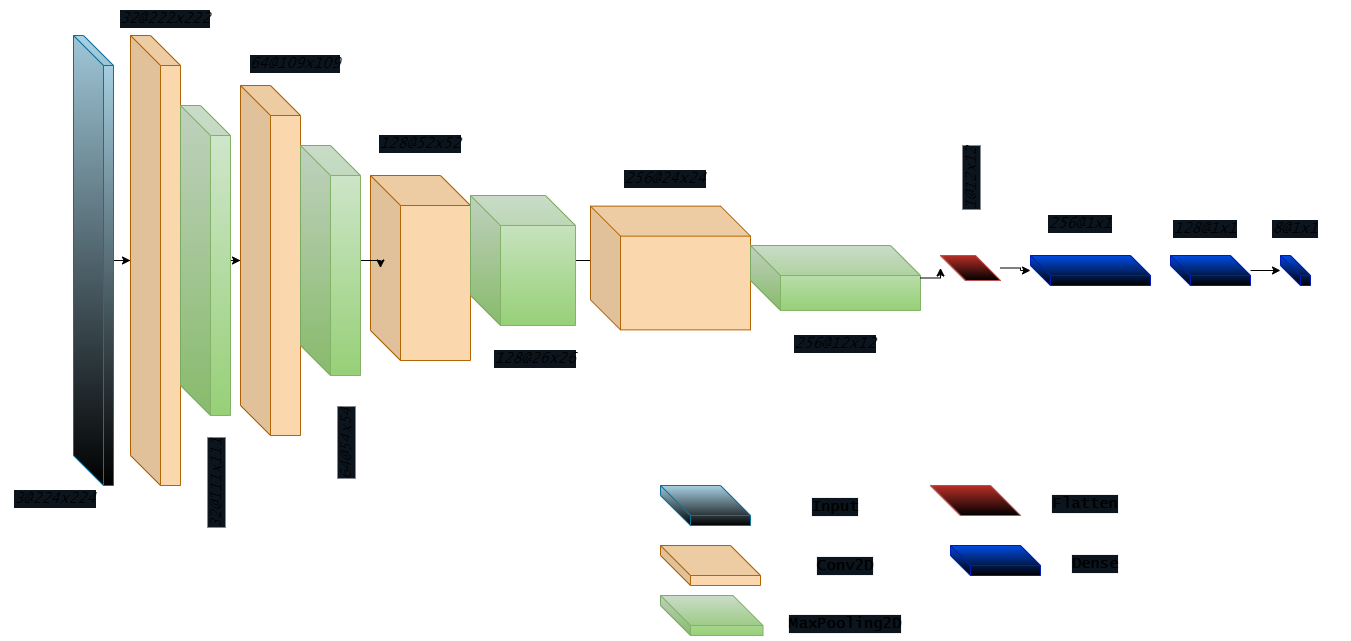
Earlier version of the draw.io export mycnn.drawio.png (jenishborah/NeuralNetworkImages). Source tidied: cells renumbered, new cells last; positions are measured from the earlier drawing's top-left corner, leaving out a move shared by most shapes.
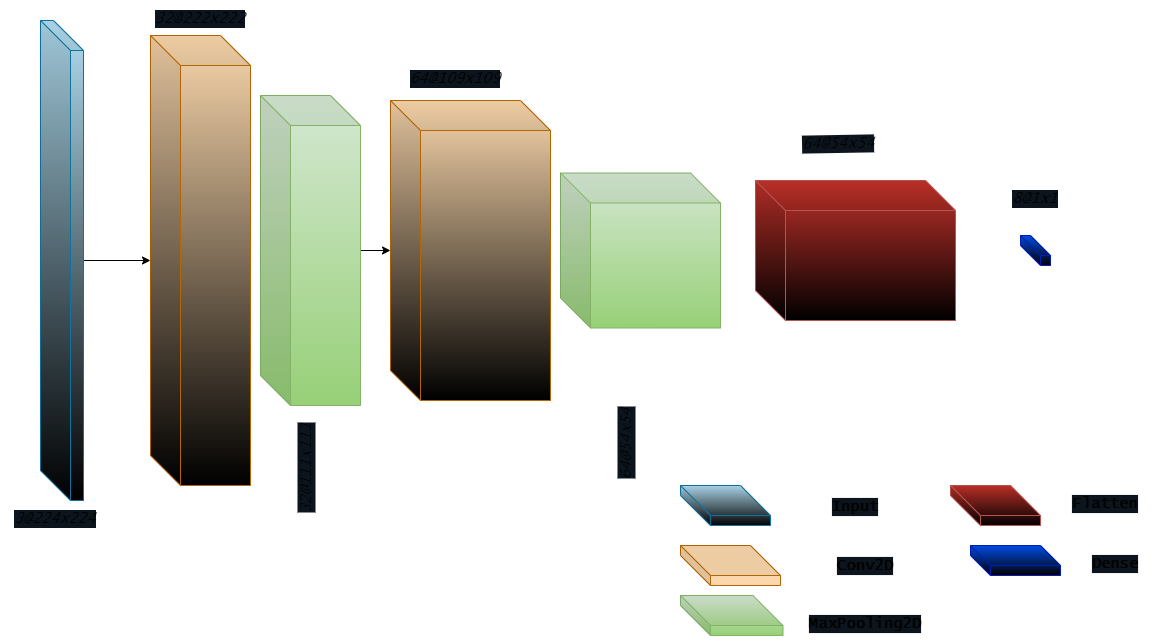
The same diagram one commit later.

The edit, as a diff of the source:
```diff
@@ -6,61 +6,25 @@
       <mxGeometry relative="1" as="geometry" />
     </mxCell>
     <mxCell id="3" style="shape=cube;whiteSpace=wrap;html=1;boundedLbl=1;backgroundOutline=1;darkOpacity=0.05;darkOpacity2=0.1;size=30;fillColor=#b1ddf0;strokeColor=#10739e;gradientColor=default;" parent="1" vertex="1">
-      <mxGeometry x="73" y="35" width="40" height="450" as="geometry" />
+      <mxGeometry x="20" y="20" width="43" height="480" as="geometry" />
     </mxCell>
-    <mxCell id="4" style="shape=cube;whiteSpace=wrap;html=1;boundedLbl=1;backgroundOutline=1;darkOpacity=0.05;darkOpacity2=0.1;size=30;fillColor=#fad7ac;strokeColor=#b46504;fontFamily=Verdana;" parent="1" vertex="1">
-      <mxGeometry x="130" y="35" width="50" height="450" as="geometry" />
+    <mxCell id="4" style="shape=cube;whiteSpace=wrap;html=1;boundedLbl=1;backgroundOutline=1;darkOpacity=0.05;darkOpacity2=0.1;size=30;fillColor=#fad7ac;strokeColor=#b46504;fontFamily=Verdana;gradientColor=default;" parent="1" vertex="1">
+      <mxGeometry x="130" y="35" width="100" height="450" as="geometry" />
     </mxCell>
     <mxCell id="5" style="edgeStyle=orthogonalEdgeStyle;rounded=0;jettySize=auto;html=1;" parent="1" edge="1" source="6" target="8">
       <mxGeometry relative="1" as="geometry" />
     </mxCell>
     <mxCell id="6" style="shape=cube;whiteSpace=wrap;html=1;boundedLbl=1;backgroundOutline=1;darkOpacity=0.05;darkOpacity2=0.1;size=30;fillColor=#d5e8d4;strokeColor=#82b366;fontFamily=Verdana;gradientColor=#97d077;" parent="1" vertex="1">
-      <mxGeometry x="180" y="105" width="50" height="310" as="geometry" />
+      <mxGeometry x="240" y="95" width="100" height="310" as="geometry" />
     </mxCell>
-    <mxCell id="7" style="shape=cube;whiteSpace=wrap;html=1;boundedLbl=1;backgroundOutline=1;darkOpacity=0.05;darkOpacity2=0.1;size=30;fillColor=#fad7ac;strokeColor=#b46504;fontFamily=Verdana;" parent="1" vertex="1">
-      <mxGeometry x="370" y="175" width="100" height="185" as="geometry" />
-    </mxCell>
-    <mxCell id="8" style="shape=cube;whiteSpace=wrap;html=1;boundedLbl=1;backgroundOutline=1;darkOpacity=0.05;darkOpacity2=0.1;size=30;fillColor=#fad7ac;strokeColor=#b46504;fontFamily=Verdana;" parent="1" vertex="1">
-      <mxGeometry x="240" y="85" width="60" height="350" as="geometry" />
+    <mxCell id="8" style="shape=cube;whiteSpace=wrap;html=1;boundedLbl=1;backgroundOutline=1;darkOpacity=0.05;darkOpacity2=0.1;size=30;fillColor=#fad7ac;strokeColor=#b46504;fontFamily=Verdana;gradientColor=default;" parent="1" vertex="1">
+      <mxGeometry x="370" y="100" width="160" height="300" as="geometry" />
     </mxCell>
-    <mxCell id="9" style="edgeStyle=orthogonalEdgeStyle;rounded=0;jettySize=auto;html=1;" parent="1" edge="1" source="10" target="7">
-      <mxGeometry relative="1" as="geometry" />
-    </mxCell>
-    <mxCell id="10" style="shape=cube;whiteSpace=wrap;html=1;boundedLbl=1;backgroundOutline=1;darkOpacity=0.05;darkOpacity2=0.1;size=30;fillColor=#d5e8d4;strokeColor=#82b366;fontFamily=Verdana;gradientColor=#97d077;" parent="1" vertex="1">
-      <mxGeometry x="300" y="145" width="60" height="230" as="geometry" />
-    </mxCell>
-    <mxCell id="11" style="edgeStyle=orthogonalEdgeStyle;rounded=0;jettySize=auto;html=1;" parent="1" edge="1" source="12" target="13">
-      <mxGeometry relative="1" as="geometry" />
-    </mxCell>
-    <mxCell id="12" style="shape=cube;whiteSpace=wrap;html=1;boundedLbl=1;backgroundOutline=1;darkOpacity=0.05;darkOpacity2=0.1;size=30;fillColor=#d5e8d4;strokeColor=#82b366;fontFamily=Verdana;gradientColor=#97d077;" parent="1" vertex="1">
-      <mxGeometry x="470" y="195" width="105" height="130" as="geometry" />
-    </mxCell>
-    <mxCell id="13" style="shape=cube;whiteSpace=wrap;html=1;boundedLbl=1;backgroundOutline=1;darkOpacity=0.05;darkOpacity2=0.1;size=30;fillColor=#fad7ac;strokeColor=#b46504;fontFamily=Verdana;" parent="1" vertex="1">
-      <mxGeometry x="590" y="205.6" width="160" height="123.8" as="geometry" />
-    </mxCell>
-    <mxCell id="14" style="edgeStyle=orthogonalEdgeStyle;rounded=0;jettySize=auto;html=1;" parent="1" edge="1" source="21" target="16">
-      <mxGeometry relative="1" as="geometry" />
-    </mxCell>
-    <mxCell id="15" style="shape=cube;whiteSpace=wrap;html=1;boundedLbl=1;backgroundOutline=1;darkOpacity=0.05;darkOpacity2=0.1;size=30;fillColor=#d5e8d4;strokeColor=#82b366;fontFamily=Verdana;gradientColor=#97d077;" parent="1" vertex="1">
-      <mxGeometry x="750" y="245" width="170" height="65" as="geometry" />
-    </mxCell>
-    <mxCell id="16" style="shape=cube;whiteSpace=wrap;html=1;boundedLbl=1;backgroundOutline=1;darkOpacity=0.05;darkOpacity2=0.1;fillColor=#0050ef;fontColor=#ffffff;strokeColor=#001DBC;gradientColor=default;" parent="1" vertex="1">
-      <mxGeometry x="1030" y="255" width="120" height="30" as="geometry" />
-    </mxCell>
-    <mxCell id="17" style="edgeStyle=orthogonalEdgeStyle;rounded=0;jettySize=auto;html=1;" parent="1" edge="1" source="18" target="19">
-      <mxGeometry relative="1" as="geometry" />
-    </mxCell>
-    <mxCell id="18" style="shape=cube;whiteSpace=wrap;html=1;boundedLbl=1;backgroundOutline=1;darkOpacity=0.05;darkOpacity2=0.1;fillColor=#0050ef;fontColor=#ffffff;strokeColor=#001DBC;gradientColor=default;" parent="1" vertex="1">
-      <mxGeometry x="1170" y="255" width="80" height="30" as="geometry" />
-    </mxCell>
     <mxCell id="19" style="shape=cube;whiteSpace=wrap;html=1;boundedLbl=1;backgroundOutline=1;darkOpacity=0.05;darkOpacity2=0.1;fillColor=#0050ef;fontColor=#ffffff;strokeColor=#001DBC;gradientColor=default;" parent="1" vertex="1">
-      <mxGeometry x="1280" y="255" width="30" height="30" as="geometry" />
+      <mxGeometry x="1000" y="235" width="30" height="30" as="geometry" />
     </mxCell>
-    <mxCell id="20" style="edgeStyle=orthogonalEdgeStyle;rounded=0;jettySize=auto;html=1;" parent="1" edge="1" source="15" target="21">
-      <mxGeometry relative="1" as="geometry" />
-    </mxCell>
     <mxCell id="21" style="shape=cube;whiteSpace=wrap;html=1;boundedLbl=1;backgroundOutline=1;darkOpacity=0.05;darkOpacity2=0.1;size=30;fillColor=#c23129;strokeColor=#b85450;fontFamily=Verdana;gradientColor=default;" parent="1" vertex="1">
-      <mxGeometry x="940" y="255" width="60" height="25" as="geometry" />
+      <mxGeometry x="735" y="180" width="200" height="140" as="geometry" />
     </mxCell>
     <mxCell id="22" style="shape=cube;whiteSpace=wrap;html=1;boundedLbl=1;backgroundOutline=1;darkOpacity=0.05;darkOpacity2=0.1;size=30;fillColor=#b1ddf0;strokeColor=#10739e;gradientColor=default;" parent="1" vertex="1">
       <mxGeometry x="660" y="485" width="90" height="40" as="geometry" />
@@ -81,7 +45,7 @@
       <mxGeometry x="790" y="605" width="110" height="35" as="geometry" />
     </mxCell>
     <mxCell id="28" style="shape=cube;whiteSpace=wrap;html=1;boundedLbl=1;backgroundOutline=1;darkOpacity=0.05;darkOpacity2=0.1;size=30;fillColor=#c23129;strokeColor=#b85450;fontFamily=Verdana;gradientColor=default;" parent="1" vertex="1">
-      <mxGeometry x="930" y="485" width="90" height="30" as="geometry" />
+      <mxGeometry x="930" y="485" width="90" height="40" as="geometry" />
     </mxCell>
     <mxCell id="29" value="Flatten" style="text;strokeColor=none;align=center;fillColor=none;html=1;verticalAlign=middle;whiteSpace=wrap;rounded=0;fontFamily=Lucida Console;fontStyle=1;fontSize=15;labelBackgroundColor=#0C151D;labelBorderColor=#F0F0F0;" parent="1" vertex="1">
       <mxGeometry x="1030" y="485" width="110" height="35" as="geometry" />
@@ -93,43 +57,28 @@
       <mxGeometry x="1040" y="545" width="110" height="35" as="geometry" />
     </mxCell>
     <mxCell id="32" value="&lt;span style=&quot;font-weight: normal;&quot;&gt;&lt;i&gt;3@224x224&lt;/i&gt;&lt;/span&gt;" style="text;strokeColor=none;align=center;fillColor=none;html=1;verticalAlign=middle;whiteSpace=wrap;rounded=0;fontFamily=Lucida Console;fontStyle=1;fontSize=15;labelBackgroundColor=#0C151D;labelBorderColor=none;" parent="1" vertex="1">
-      <mxGeometry y="480" width="110" height="35" as="geometry" />
+      <mxGeometry x="-20" y="500" width="110" height="35" as="geometry" />
     </mxCell>
     <mxCell id="33" value="&lt;span style=&quot;font-weight: normal;&quot;&gt;&lt;i&gt;32@222x222&lt;/i&gt;&lt;/span&gt;" style="text;strokeColor=none;align=center;fillColor=none;html=1;verticalAlign=middle;whiteSpace=wrap;rounded=0;fontFamily=Lucida Console;fontStyle=1;fontSize=15;labelBackgroundColor=#0C151D;labelBorderColor=none;" parent="1" vertex="1">
-      <mxGeometry x="110" width="110" height="35" as="geometry" />
+      <mxGeometry x="125" width="110" height="35" as="geometry" />
     </mxCell>
     <mxCell id="34" value="&lt;span style=&quot;font-weight: normal;&quot;&gt;&lt;i&gt;32@111x111&lt;/i&gt;&lt;/span&gt;" style="text;strokeColor=none;align=center;fillColor=none;html=1;verticalAlign=middle;whiteSpace=wrap;rounded=0;fontFamily=Lucida Console;fontStyle=1;fontSize=15;labelBackgroundColor=#0C151D;labelBorderColor=none;rotation=-90;" parent="1" vertex="1">
-      <mxGeometry x="160" y="465" width="110" height="35" as="geometry" />
+      <mxGeometry x="230" y="450" width="110" height="35" as="geometry" />
     </mxCell>
     <mxCell id="35" value="&lt;span style=&quot;font-weight: normal;&quot;&gt;&lt;i&gt;64@109x109&lt;/i&gt;&lt;/span&gt;" style="text;strokeColor=none;align=center;fillColor=none;html=1;verticalAlign=middle;whiteSpace=wrap;rounded=0;fontFamily=Lucida Console;fontStyle=1;fontSize=15;labelBackgroundColor=#0C151D;labelBorderColor=none;" parent="1" vertex="1">
-      <mxGeometry x="240" y="45" width="110" height="35" as="geometry" />
+      <mxGeometry x="380" y="60" width="110" height="35" as="geometry" />
     </mxCell>
-    <mxCell id="36" value="&lt;span style=&quot;font-weight: normal;&quot;&gt;&lt;i&gt;64@54x54&lt;/i&gt;&lt;/span&gt;" style="text;strokeColor=none;align=center;fillColor=none;html=1;verticalAlign=middle;whiteSpace=wrap;rounded=0;fontFamily=Lucida Console;fontStyle=1;fontSize=15;labelBackgroundColor=#0C151D;labelBorderColor=none;rotation=-90;" parent="1" vertex="1">
-      <mxGeometry x="290" y="425" width="110" height="35" as="geometry" />
+    <mxCell id="36" value="&lt;span style=&quot;font-weight: normal;&quot;&gt;&lt;i&gt;64@54x54&lt;/i&gt;&lt;/span&gt;" style="text;strokeColor=none;align=center;fillColor=none;html=1;verticalAlign=middle;whiteSpace=wrap;rounded=0;fontFamily=Lucida Console;fontStyle=1;fontSize=15;labelBackgroundColor=#0C151D;labelBorderColor=none;rotation=-1;" parent="1" vertex="1">
+      <mxGeometry x="762.5" y="125" width="110" height="35" as="geometry" />
     </mxCell>
-    <mxCell id="37" value="&lt;span style=&quot;font-weight: normal;&quot;&gt;&lt;i&gt;128@52x52&lt;/i&gt;&lt;/span&gt;" style="text;strokeColor=none;align=center;fillColor=none;html=1;verticalAlign=middle;whiteSpace=wrap;rounded=0;fontFamily=Lucida Console;fontStyle=1;fontSize=15;labelBackgroundColor=#0C151D;labelBorderColor=none;" parent="1" vertex="1">
-      <mxGeometry x="365" y="125" width="110" height="35" as="geometry" />
-    </mxCell>
-    <mxCell id="38" value="&lt;span style=&quot;font-weight: normal;&quot;&gt;&lt;i&gt;128@26x26&lt;/i&gt;&lt;/span&gt;" style="text;strokeColor=none;align=center;fillColor=none;html=1;verticalAlign=middle;whiteSpace=wrap;rounded=0;fontFamily=Lucida Console;fontStyle=1;fontSize=15;labelBackgroundColor=#0C151D;labelBorderColor=none;rotation=0;" parent="1" vertex="1">
-      <mxGeometry x="480" y="340" width="110" height="35" as="geometry" />
-    </mxCell>
-    <mxCell id="39" value="&lt;span style=&quot;font-weight: normal;&quot;&gt;&lt;i&gt;256@24x24&lt;/i&gt;&lt;/span&gt;" style="text;strokeColor=none;align=center;fillColor=none;html=1;verticalAlign=middle;whiteSpace=wrap;rounded=0;fontFamily=Lucida Console;fontStyle=1;fontSize=15;labelBackgroundColor=#0C151D;labelBorderColor=none;" parent="1" vertex="1">
-      <mxGeometry x="610" y="160" width="110" height="35" as="geometry" />
-    </mxCell>
-    <mxCell id="40" value="&lt;span style=&quot;font-weight: normal;&quot;&gt;&lt;i&gt;256@12x12&lt;/i&gt;&lt;/span&gt;" style="text;strokeColor=none;align=center;fillColor=none;html=1;verticalAlign=middle;whiteSpace=wrap;rounded=0;fontFamily=Lucida Console;fontStyle=1;fontSize=15;labelBackgroundColor=#0C151D;labelBorderColor=none;rotation=0;" parent="1" vertex="1">
-      <mxGeometry x="780" y="325" width="110" height="35" as="geometry" />
-    </mxCell>
-    <mxCell id="41" value="&lt;span style=&quot;font-weight: normal;&quot;&gt;&lt;i&gt;1@12x12&lt;/i&gt;&lt;/span&gt;" style="text;strokeColor=none;align=center;fillColor=none;html=1;verticalAlign=middle;whiteSpace=wrap;rounded=0;fontFamily=Lucida Console;fontStyle=1;fontSize=15;labelBackgroundColor=#0C151D;labelBorderColor=none;rotation=-90;" parent="1" vertex="1">
-      <mxGeometry x="915" y="160" width="110" height="35" as="geometry" />
-    </mxCell>
-    <mxCell id="42" value="&lt;span style=&quot;font-weight: normal;&quot;&gt;&lt;i&gt;256@1x1&lt;/i&gt;&lt;/span&gt;" style="text;strokeColor=none;align=center;fillColor=none;html=1;verticalAlign=middle;whiteSpace=wrap;rounded=0;fontFamily=Lucida Console;fontStyle=1;fontSize=15;labelBackgroundColor=#0C151D;labelBorderColor=none;" parent="1" vertex="1">
-      <mxGeometry x="1025" y="205.6" width="110" height="35" as="geometry" />
-    </mxCell>
-    <mxCell id="43" value="&lt;span style=&quot;font-weight: normal;&quot;&gt;&lt;i&gt;128@1x1&lt;/i&gt;&lt;/span&gt;" style="text;strokeColor=none;align=center;fillColor=none;html=1;verticalAlign=middle;whiteSpace=wrap;rounded=0;fontFamily=Lucida Console;fontStyle=1;fontSize=15;labelBackgroundColor=#0C151D;labelBorderColor=none;" parent="1" vertex="1">
-      <mxGeometry x="1150" y="210" width="110" height="35" as="geometry" />
-    </mxCell>
     <mxCell id="44" value="&lt;span style=&quot;font-weight: normal;&quot;&gt;&lt;i&gt;8@1x1&lt;/i&gt;&lt;/span&gt;" style="text;strokeColor=none;align=center;fillColor=none;html=1;verticalAlign=middle;whiteSpace=wrap;rounded=0;fontFamily=Lucida Console;fontStyle=1;fontSize=15;labelBackgroundColor=#0C151D;labelBorderColor=none;" parent="1" vertex="1">
-      <mxGeometry x="1240" y="210" width="110" height="35" as="geometry" />
+      <mxGeometry x="960" y="180" width="110" height="35" as="geometry" />
     </mxCell>
+    <mxCell id="10" style="shape=cube;whiteSpace=wrap;html=1;boundedLbl=1;backgroundOutline=1;darkOpacity=0.05;darkOpacity2=0.1;size=30;fillColor=#d5e8d4;strokeColor=#82b366;fontFamily=Verdana;gradientColor=#97d077;" parent="1" vertex="1">
+      <mxGeometry x="540" y="172.5" width="160" height="155" as="geometry" />
+    </mxCell>
+    <mxCell id="45" value="&lt;span style=&quot;font-weight: normal;&quot;&gt;&lt;i&gt;64@54x54&lt;/i&gt;&lt;/span&gt;" style="text;strokeColor=none;align=center;fillColor=none;html=1;verticalAlign=middle;whiteSpace=wrap;rounded=0;fontFamily=Lucida Console;fontStyle=1;fontSize=15;labelBackgroundColor=#0C151D;labelBorderColor=none;rotation=-90;" parent="1" vertex="1">
+      <mxGeometry x="550" y="425" width="110" height="35" as="geometry" />
+    </mxCell>
   </root>
 </mxGraphModel>
```
